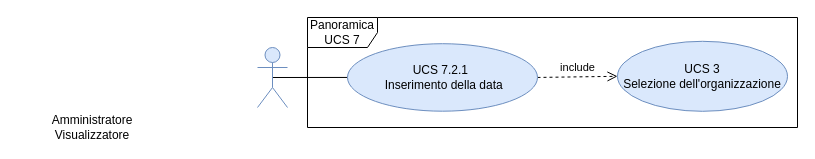
This is page "UCS7" (1 of 3) of DocumentazioneEsterna/AnalisiDeiRequisiti/Sezioni/UseCase/draw.io/UC SERVER/UCS7.drawio from qb-team/Stalker-Documentazione, a draw.io file, before an edit. Source tidied: cells renumbered, new cells numbered last; positions are measured from the earlier drawing's top-left corner, leaving out a move shared by most shapes. Both pictures are drawn from the tidied source at 100%, with x=0, y=0 at pixel (17, 17).
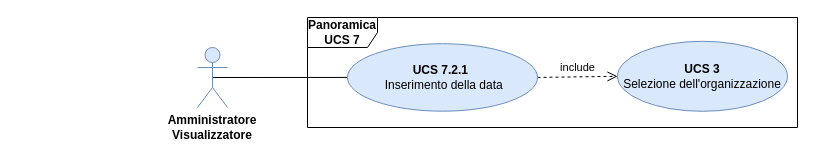
After the change.

Diff of the diagram source:
```diff
@@
 <mxGraphModel background="#ffffff">
   <root>
     <mxCell id="0" />
     <mxCell id="1" parent="0" />
-    <mxCell id="2" value="Panoramica UCS 7" style="shape=umlFrame;whiteSpace=wrap;html=1;width=70;height=30;" parent="1" vertex="1">
+    <mxCell id="2" value="&lt;b&gt;Panoramica UCS 7&lt;/b&gt;" style="shape=umlFrame;whiteSpace=wrap;html=1;width=70;height=30;" parent="1" vertex="1">
       <mxGeometry x="290" width="490" height="110" as="geometry" />
     </mxCell>
     <mxCell id="3" style="edgeStyle=orthogonalEdgeStyle;rounded=0;jettySize=auto;html=1;entryX=0;entryY=0.5;entryDx=0;entryDy=0;endArrow=none;endFill=0;exitX=0.5;exitY=0.5;exitDx=0;exitDy=0;exitPerimeter=0;" parent="1" edge="1" source="4" target="6">
       <mxGeometry relative="1" as="geometry" />
     </mxCell>
     <mxCell id="4" value="&lt;div style=&quot;line-height: 120%&quot;&gt;&lt;/div&gt;" style="shape=umlActor;verticalLabelPosition=bottom;labelBackgroundColor=#ffffff;verticalAlign=top;html=1;fillColor=#dae8fc;strokeColor=#6c8ebf;" parent="1" vertex="1">
-      <mxGeometry x="240" y="30" width="30" height="60" as="geometry" />
+      <mxGeometry x="180" y="30" width="30" height="60" as="geometry" />
     </mxCell>
     <mxCell id="5" value="include" style="html=1;verticalAlign=bottom;endArrow=open;dashed=1;endSize=8;exitX=1;exitY=0.5;exitDx=0;exitDy=0;entryX=0;entryY=0.5;entryDx=0;entryDy=0;" parent="1" edge="1" source="6" target="8">
       <mxGeometry relative="1" as="geometry" />
     </mxCell>
-    <mxCell id="6" value="UCS 7.2.1&amp;nbsp;&lt;br&gt;&amp;nbsp;Inserimento della data" style="ellipse;whiteSpace=wrap;html=1;fillColor=#dae8fc;strokeColor=#6c8ebf;" parent="1" vertex="1">
+    <mxCell id="6" value="&lt;b&gt;UCS 7.2.1&amp;nbsp;&lt;br&gt;&lt;/b&gt;&amp;nbsp;Inserimento della data" style="ellipse;whiteSpace=wrap;html=1;fillColor=#dae8fc;strokeColor=#6c8ebf;" parent="1" vertex="1">
       <mxGeometry x="330" y="26.2" width="190" height="67.5" as="geometry" />
     </mxCell>
-    <mxCell id="7" value="&lt;div style=&quot;color: rgb(0 , 0 , 0) ; font-family: &amp;#34;helvetica&amp;#34; ; font-size: 12px ; font-style: normal ; font-variant: normal ; font-weight: 400 ; letter-spacing: normal ; line-height: 120% ; text-align: center ; text-decoration: none ; text-indent: 0px ; text-transform: none ; white-space: nowrap ; word-spacing: 0px&quot;&gt;Amministratore&lt;/div&gt;&lt;div style=&quot;color: rgb(0 , 0 , 0) ; font-family: &amp;#34;helvetica&amp;#34; ; font-size: 12px ; font-style: normal ; font-variant: normal ; font-weight: 400 ; letter-spacing: normal ; line-height: 120% ; text-align: center ; text-decoration: none ; text-indent: 0px ; text-transform: none ; white-space: nowrap ; word-spacing: 0px&quot;&gt;&amp;nbsp;Visualizzatore&amp;nbsp;&lt;/div&gt;" style="text;html=1;strokeColor=none;fillColor=none;align=center;verticalAlign=middle;whiteSpace=wrap;rounded=0;" parent="1" vertex="1">
-      <mxGeometry y="100" width="150" height="20" as="geometry" />
+    <mxCell id="7" value="&lt;div style=&quot;color: rgb(0 , 0 , 0) ; font-family: &amp;#34;helvetica&amp;#34; ; font-size: 12px ; font-style: normal ; font-variant: normal ; letter-spacing: normal ; line-height: 120% ; text-align: center ; text-decoration: none ; text-indent: 0px ; text-transform: none ; white-space: nowrap ; word-spacing: 0px&quot;&gt;&lt;b&gt;Amministratore&lt;/b&gt;&lt;/div&gt;&lt;div style=&quot;color: rgb(0 , 0 , 0) ; font-family: &amp;#34;helvetica&amp;#34; ; font-size: 12px ; font-style: normal ; font-variant: normal ; letter-spacing: normal ; line-height: 120% ; text-align: center ; text-decoration: none ; text-indent: 0px ; text-transform: none ; white-space: nowrap ; word-spacing: 0px&quot;&gt;&lt;b&gt;&amp;nbsp;Visualizzatore&amp;nbsp;&lt;/b&gt;&lt;/div&gt;" style="text;html=1;strokeColor=none;fillColor=none;align=center;verticalAlign=middle;whiteSpace=wrap;rounded=0;" parent="1" vertex="1">
+      <mxGeometry x="120" y="100" width="150" height="20" as="geometry" />
     </mxCell>
-    <mxCell id="8" value="UCS 3&lt;br&gt;Selezione dell'organizzazione" style="ellipse;whiteSpace=wrap;html=1;fillColor=#dae8fc;strokeColor=#6c8ebf;" parent="1" vertex="1">
+    <mxCell id="8" value="&lt;b&gt;UCS 3&lt;br&gt;&lt;/b&gt;Selezione dell'organizzazione" style="ellipse;whiteSpace=wrap;html=1;fillColor=#dae8fc;strokeColor=#6c8ebf;" parent="1" vertex="1">
       <mxGeometry x="600" y="23.8" width="170" height="70" as="geometry" />
     </mxCell>
   </root>
 </mxGraphModel>
```
